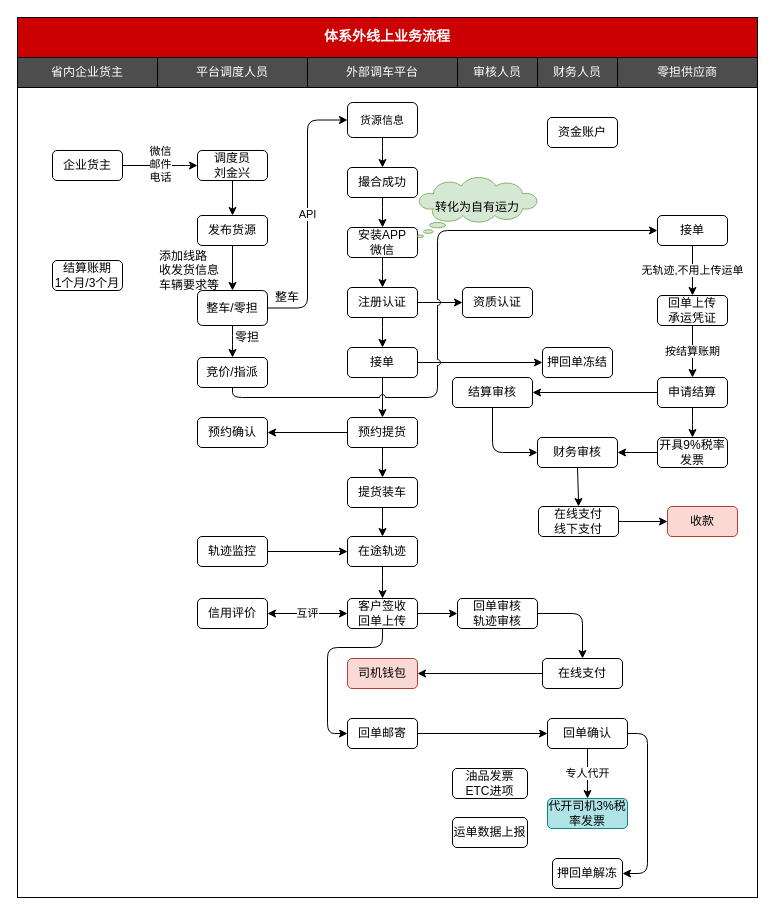
Above: 体系外线上业务流程.drawio in chenyibang/rdpwrap (draw.io), before the change. Source tidied: cells renumbered, new cells numbered last; positions are measured from the earlier drawing's top-left corner, leaving out a move shared by most shapes. Both pictures are drawn from the tidied source at 100%, with x=0, y=0 at pixel (17, 17).
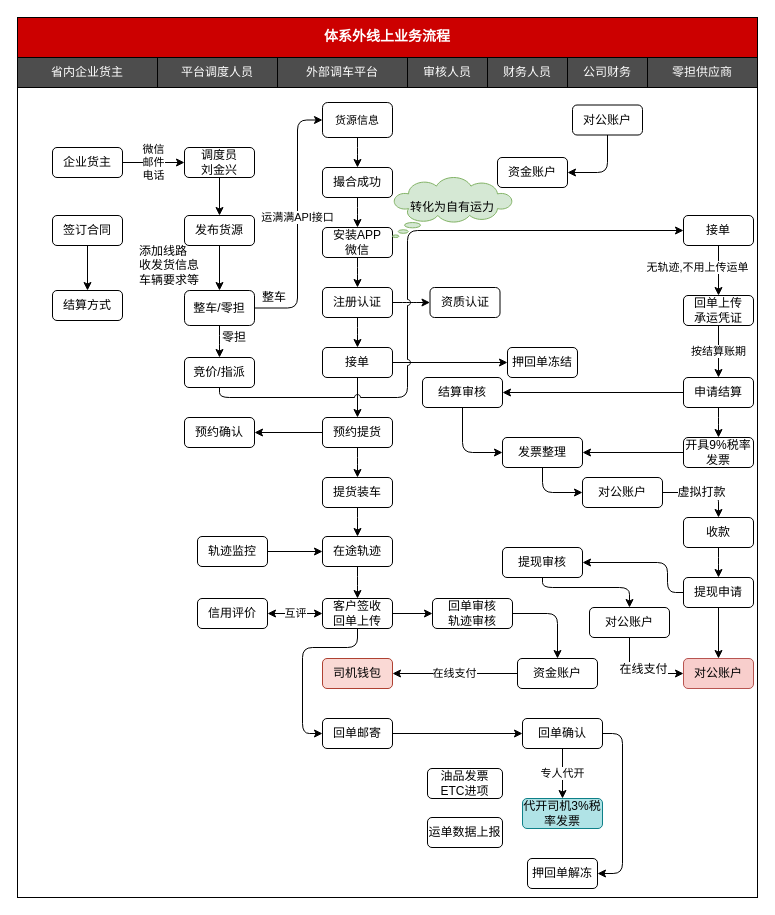
Above is the later version.

Commit message:
更新体系外线上业务流程.drawio

The edit, as a diff of the source:
```diff
@@
     <mxCell id="3" value="平台调度人员" style="rounded=0;whiteSpace=wrap;html=1;fillColor=#4D4D4D;fontColor=#FFFFFF;" parent="1" vertex="1">
-      <mxGeometry x="140" y="40" width="150" height="30" as="geometry" />
+      <mxGeometry x="140" y="40" width="120" height="30" as="geometry" />
     </mxCell>
     <mxCell id="4" value="&lt;span style=&quot;white-space: normal&quot;&gt;外部调车平台&lt;/span&gt;" style="rounded=0;whiteSpace=wrap;html=1;fillColor=#4D4D4D;fontColor=#FFFFFF;" parent="1" vertex="1">
-      <mxGeometry x="290" y="40" width="150" height="30" as="geometry" />
+      <mxGeometry x="260" y="40" width="130" height="30" as="geometry" />
     </mxCell>
     <mxCell id="5" value="审核人员" style="rounded=0;whiteSpace=wrap;html=1;fillColor=#4D4D4D;fontColor=#FFFFFF;" parent="1" vertex="1">
-      <mxGeometry x="440" y="40" width="80" height="30" as="geometry" />
+      <mxGeometry x="390" y="40" width="80" height="30" as="geometry" />
     </mxCell>
@@
+    <mxCell id="12" value="微信&lt;br&gt;邮件&lt;br&gt;电话" style="edgeStyle=orthogonalEdgeStyle;rounded=1;jumpStyle=arc;jettySize=auto;html=1;entryX=0;entryY=0.5;entryDx=0;entryDy=0;startArrow=none;startFill=0;endArrow=classic;endFill=1;" parent="1" edge="1" source="7" target="10">
+      <mxGeometry relative="1" as="geometry" />
+    </mxCell>
     <mxCell id="7" value="企业货主" style="rounded=1;whiteSpace=wrap;html=1;" parent="1" vertex="1">
-      <mxGeometry x="35" y="133" width="70" height="30" as="geometry" />
+      <mxGeometry x="35" y="130" width="70" height="30" as="geometry" />
     </mxCell>
@@
     <mxCell id="10" value="调度员&lt;br&gt;刘金兴" style="rounded=1;whiteSpace=wrap;html=1;" parent="1" vertex="1">
-      <mxGeometry x="180" y="133" width="70" height="30" as="geometry" />
+      <mxGeometry x="167" y="130" width="70" height="30" as="geometry" />
     </mxCell>
     <mxCell id="11" value="零担供应商" style="rounded=0;whiteSpace=wrap;html=1;fillColor=#4D4D4D;fontColor=#FFFFFF;" parent="1" vertex="1">
-      <mxGeometry x="600" y="40" width="140" height="30" as="geometry" />
+      <mxGeometry x="630" y="40" width="110" height="30" as="geometry" />
     </mxCell>
-    <mxCell id="12" value="微信&lt;br&gt;邮件&lt;br&gt;电话" style="edgeStyle=orthogonalEdgeStyle;rounded=1;jettySize=auto;html=1;strokeWidth=1;fontFamily=Courier New;fontColor=#000000;entryX=0;entryY=0.5;entryDx=0;entryDy=0;exitX=1;exitY=0.5;exitDx=0;exitDy=0;strokeColor=#000000;" parent="1" edge="1" source="7" target="10">
-      <mxGeometry relative="1" as="geometry">
-        <Array as="points">
-          <mxPoint x="170" y="148" />
-          <mxPoint x="170" y="148" />
-        </Array>
-      </mxGeometry>
-    </mxCell>
@@
-    <mxCell id="14" style="edgeStyle=orthogonalEdgeStyle;rounded=1;jumpStyle=arc;jettySize=auto;html=1;entryX=1;entryY=0.5;entryDx=0;entryDy=0;" parent="1" edge="1" source="16" target="18">
+    <mxCell id="14" style="edgeStyle=orthogonalEdgeStyle;rounded=1;jumpStyle=arc;jettySize=auto;html=1;entryX=1;entryY=0.5;entryDx=0;entryDy=0;exitX=0;exitY=0.5;exitDx=0;exitDy=0;" parent="1" edge="1" source="16" target="18">
       <mxGeometry relative="1" as="geometry" />
     </mxCell>
@@
     <mxCell id="16" value="申请结算" style="rounded=1;whiteSpace=wrap;html=1;" parent="1" vertex="1">
-      <mxGeometry x="640" y="360" width="70" height="30" as="geometry" />
+      <mxGeometry x="666" y="360" width="70" height="30" as="geometry" />
     </mxCell>
@@
     <mxCell id="18" value="结算审核" style="rounded=1;whiteSpace=wrap;html=1;" parent="1" vertex="1">
-      <mxGeometry x="435" y="360" width="80" height="30" as="geometry" />
+      <mxGeometry x="405" y="360" width="80" height="30" as="geometry" />
     </mxCell>
+    <mxCell id="86" style="edgeStyle=orthogonalEdgeStyle;rounded=1;jumpStyle=arc;jettySize=auto;html=1;entryX=0.5;entryY=0;entryDx=0;entryDy=0;startArrow=none;startFill=0;endArrow=classic;endFill=1;" parent="1" edge="1" source="19" target="93">
+      <mxGeometry relative="1" as="geometry" />
+    </mxCell>
-    <mxCell id="19" value="结算账期&lt;br&gt;1个月/3个月" style="rounded=1;whiteSpace=wrap;html=1;" parent="1" vertex="1">
-      <mxGeometry x="35" y="243" width="70" height="30" as="geometry" />
+    <mxCell id="19" value="签订合同" style="rounded=1;whiteSpace=wrap;html=1;" parent="1" vertex="1">
+      <mxGeometry x="35" y="198" width="70" height="30" as="geometry" />
     </mxCell>
@@
     <mxCell id="21" value="撮合成功" style="rounded=1;whiteSpace=wrap;html=1;" parent="1" vertex="1">
-      <mxGeometry x="330" y="150" width="70" height="30" as="geometry" />
+      <mxGeometry x="305" y="150" width="70" height="30" as="geometry" />
     </mxCell>
@@
     <mxCell id="24" value="注册认证" style="rounded=1;whiteSpace=wrap;html=1;" parent="1" vertex="1">
-      <mxGeometry x="330" y="270" width="70" height="30" as="geometry" />
+      <mxGeometry x="305" y="270" width="70" height="30" as="geometry" />
     </mxCell>
@@
     <mxCell id="26" style="edgeStyle=orthogonalEdgeStyle;rounded=1;jumpStyle=arc;jettySize=auto;html=1;entryX=0;entryY=0.5;entryDx=0;entryDy=0;startArrow=none;startFill=0;" parent="1" edge="1" source="27" target="38">
       <mxGeometry relative="1" as="geometry">
         <Array as="points">
-          <mxPoint x="365" y="630" />
-          <mxPoint x="310" y="630" />
-          <mxPoint x="310" y="716" />
+          <mxPoint x="340" y="630" />
+          <mxPoint x="285" y="630" />
+          <mxPoint x="285" y="716" />
         </Array>
       </mxGeometry>
     </mxCell>
     <mxCell id="27" value="客户签收&lt;br&gt;回单上传" style="rounded=1;whiteSpace=wrap;html=1;" parent="1" vertex="1">
-      <mxGeometry x="330" y="581" width="70" height="30" as="geometry" />
+      <mxGeometry x="305" y="581" width="70" height="30" as="geometry" />
     </mxCell>
+    <mxCell id="87" style="edgeStyle=orthogonalEdgeStyle;rounded=1;jumpStyle=arc;jettySize=auto;html=1;startArrow=none;startFill=0;endArrow=classic;endFill=1;" parent="1" edge="1" source="28" target="90">
+      <mxGeometry relative="1" as="geometry" />
+    </mxCell>
-    <mxCell id="28" value="收款" style="rounded=1;whiteSpace=wrap;html=1;fillColor=#fad9d5;strokeColor=#ae4132;" parent="1" vertex="1">
-      <mxGeometry x="650" y="489" width="70" height="30" as="geometry" />
+    <mxCell id="28" value="收款" style="rounded=1;whiteSpace=wrap;html=1;" parent="1" vertex="1">
+      <mxGeometry x="666" y="500" width="70" height="30" as="geometry" />
     </mxCell>
+    <mxCell id="88" style="edgeStyle=orthogonalEdgeStyle;rounded=1;jumpStyle=arc;jettySize=auto;html=1;entryX=1;entryY=0.5;entryDx=0;entryDy=0;startArrow=none;startFill=0;endArrow=classic;endFill=1;" parent="1" edge="1" source="90" target="98">
+      <mxGeometry relative="1" as="geometry">
+        <Array as="points">
+          <mxPoint x="650" y="575" />
+          <mxPoint x="650" y="545" />
+        </Array>
+      </mxGeometry>
+    </mxCell>
+    <mxCell id="89" style="edgeStyle=orthogonalEdgeStyle;rounded=1;jumpStyle=arc;jettySize=auto;html=1;startArrow=none;startFill=0;endArrow=classic;endFill=1;" parent="1" edge="1" source="90" target="91">
+      <mxGeometry relative="1" as="geometry" />
+    </mxCell>
+    <mxCell id="90" value="提现申请" style="rounded=1;whiteSpace=wrap;html=1;" parent="1" vertex="1">
+      <mxGeometry x="666" y="560" width="70" height="30" as="geometry" />
+    </mxCell>
+    <mxCell id="91" value="对公账户" style="rounded=1;whiteSpace=wrap;html=1;fillColor=#f8cecc;strokeColor=#b85450;" parent="1" vertex="1">
+      <mxGeometry x="666" y="641" width="70" height="30" as="geometry" />
+    </mxCell>
-    <mxCell id="29" style="edgeStyle=orthogonalEdgeStyle;rounded=1;jumpStyle=arc;jettySize=auto;html=1;" parent="1" edge="1" source="30" target="80">
+    <mxCell id="29" style="edgeStyle=orthogonalEdgeStyle;rounded=1;jumpStyle=arc;jettySize=auto;html=1;exitX=0.5;exitY=1;exitDx=0;exitDy=0;entryX=0;entryY=0.5;entryDx=0;entryDy=0;" parent="1" edge="1" source="30" target="80">
       <mxGeometry relative="1" as="geometry" />
     </mxCell>
-    <mxCell id="30" value="财务审核" style="rounded=1;whiteSpace=wrap;html=1;" parent="1" vertex="1">
-      <mxGeometry x="520" y="420" width="80" height="30" as="geometry" />
+    <mxCell id="30" value="发票整理" style="rounded=1;whiteSpace=wrap;html=1;" parent="1" vertex="1">
+      <mxGeometry x="485" y="420" width="80" height="30" as="geometry" />
     </mxCell>
-    <mxCell id="31" value="API" style="edgeStyle=orthogonalEdgeStyle;rounded=1;jettySize=auto;html=1;entryX=0;entryY=0.5;entryDx=0;entryDy=0;exitX=1;exitY=0.5;exitDx=0;exitDy=0;" parent="1" edge="1" source="33" target="46">
-      <mxGeometry relative="1" as="geometry">
+    <mxCell id="31" value="运满满API接口" style="edgeStyle=orthogonalEdgeStyle;rounded=1;jettySize=auto;html=1;entryX=0;entryY=0.5;entryDx=0;entryDy=0;exitX=1;exitY=0.5;exitDx=0;exitDy=0;" parent="1" edge="1" source="33" target="46">
+      <mxGeometry x="0.05" relative="1" as="geometry">
         <Array as="points">
-          <mxPoint x="290" y="290" />
-          <mxPoint x="290" y="103" />
+          <mxPoint x="237" y="290" />
+          <mxPoint x="280" y="290" />
+          <mxPoint x="280" y="103" />
         </Array>
       </mxGeometry>
     </mxCell>
@@
     <mxCell id="33" value="整车/零担" style="rounded=1;whiteSpace=wrap;html=1;" parent="1" vertex="1">
-      <mxGeometry x="180" y="273" width="70" height="35" as="geometry" />
+      <mxGeometry x="167" y="273" width="70" height="35" as="geometry" />
     </mxCell>
@@
     <mxCell id="35" value="回单审核&lt;br&gt;轨迹审核" style="rounded=1;whiteSpace=wrap;html=1;" parent="1" vertex="1">
-      <mxGeometry x="440" y="581" width="80" height="30" as="geometry" />
+      <mxGeometry x="415" y="581" width="80" height="30" as="geometry" />
     </mxCell>
     <mxCell id="36" value="司机钱包" style="rounded=1;whiteSpace=wrap;html=1;fillColor=#fad9d5;strokeColor=#ae4132;" parent="1" vertex="1">
-      <mxGeometry x="330" y="641" width="70" height="30" as="geometry" />
+      <mxGeometry x="305" y="641" width="70" height="30" as="geometry" />
     </mxCell>
@@
     <mxCell id="38" value="回单邮寄" style="rounded=1;whiteSpace=wrap;html=1;" parent="1" vertex="1">
-      <mxGeometry x="330" y="701" width="70" height="30" as="geometry" />
+      <mxGeometry x="305" y="701" width="70" height="30" as="geometry" />
     </mxCell>
@@
     <mxCell id="40" style="edgeStyle=orthogonalEdgeStyle;rounded=1;jettySize=auto;html=1;entryX=1;entryY=0.5;entryDx=0;entryDy=0;" parent="1" edge="1" source="41" target="66">
       <mxGeometry relative="1" as="geometry">
         <Array as="points">
-          <mxPoint x="630" y="716" />
-          <mxPoint x="630" y="856" />
+          <mxPoint x="605" y="716" />
+          <mxPoint x="605" y="856" />
         </Array>
       </mxGeometry>
     </mxCell>
     <mxCell id="41" value="回单确认" style="rounded=1;whiteSpace=wrap;html=1;" parent="1" vertex="1">
-      <mxGeometry x="530" y="701" width="80" height="30" as="geometry" />
+      <mxGeometry x="505" y="701" width="80" height="30" as="geometry" />
     </mxCell>
     <mxCell id="42" value="代开司机3%税率发票" style="rounded=1;whiteSpace=wrap;html=1;fillColor=#b0e3e6;strokeColor=#0e8088;" parent="1" vertex="1">
-      <mxGeometry x="530" y="781" width="80" height="30" as="geometry" />
+      <mxGeometry x="505" y="781" width="80" height="30" as="geometry" />
     </mxCell>
@@
     <mxCell id="44" value="发布货源" style="rounded=1;whiteSpace=wrap;html=1;" parent="1" vertex="1">
-      <mxGeometry x="180" y="198" width="70" height="30" as="geometry" />
+      <mxGeometry x="167" y="198" width="70" height="30" as="geometry" />
     </mxCell>
@@
     <mxCell id="46" value="&lt;font face=&quot;courier new&quot;&gt;&lt;span style=&quot;font-size: 11px ; background-color: rgb(255 , 255 , 255)&quot;&gt;货源信息&lt;/span&gt;&lt;/font&gt;" style="rounded=1;whiteSpace=wrap;html=1;" parent="1" vertex="1">
-      <mxGeometry x="330" y="85" width="70" height="35" as="geometry" />
+      <mxGeometry x="305" y="85" width="70" height="35" as="geometry" />
     </mxCell>
     <mxCell id="47" value="整车" style="text;html=1;strokeColor=none;fillColor=none;align=center;verticalAlign=middle;whiteSpace=wrap;rounded=0;" parent="1" vertex="1">
-      <mxGeometry x="250" y="270" width="40" height="20" as="geometry" />
+      <mxGeometry x="237" y="270" width="40" height="20" as="geometry" />
     </mxCell>
@@
     <mxCell id="49" value="安装APP&lt;br&gt;微信" style="rounded=1;whiteSpace=wrap;html=1;" parent="1" vertex="1">
-      <mxGeometry x="330" y="210" width="70" height="30" as="geometry" />
+      <mxGeometry x="305" y="210" width="70" height="30" as="geometry" />
     </mxCell>
     <mxCell id="50" value="资质认证" style="rounded=1;whiteSpace=wrap;html=1;" parent="1" vertex="1">
-      <mxGeometry x="445" y="270" width="70" height="30" as="geometry" />
+      <mxGeometry x="412.5" y="270" width="70" height="30" as="geometry" />
     </mxCell>
@@
     <mxCell id="53" value="接单" style="rounded=1;whiteSpace=wrap;html=1;" parent="1" vertex="1">
-      <mxGeometry x="330" y="330" width="70" height="30" as="geometry" />
+      <mxGeometry x="305" y="330" width="70" height="30" as="geometry" />
     </mxCell>
@@
     <mxCell id="56" value="预约提货" style="rounded=1;whiteSpace=wrap;html=1;" parent="1" vertex="1">
-      <mxGeometry x="330" y="400" width="70" height="30" as="geometry" />
+      <mxGeometry x="305" y="400" width="70" height="30" as="geometry" />
     </mxCell>
     <mxCell id="57" value="预约确认" style="rounded=1;whiteSpace=wrap;html=1;" parent="1" vertex="1">
-      <mxGeometry x="180" y="400" width="70" height="30" as="geometry" />
+      <mxGeometry x="167" y="400" width="70" height="30" as="geometry" />
     </mxCell>
     <mxCell id="58" value="押回单冻结" style="rounded=1;whiteSpace=wrap;html=1;" parent="1" vertex="1">
-      <mxGeometry x="525" y="330" width="70" height="30" as="geometry" />
+      <mxGeometry x="490" y="330" width="70" height="30" as="geometry" />
     </mxCell>
@@
     <mxCell id="60" value="提货装车" style="rounded=1;whiteSpace=wrap;html=1;" parent="1" vertex="1">
-      <mxGeometry x="330" y="460" width="70" height="30" as="geometry" />
+      <mxGeometry x="305" y="460" width="70" height="30" as="geometry" />
     </mxCell>
@@
     <mxCell id="62" value="在途轨迹" style="rounded=1;whiteSpace=wrap;html=1;" parent="1" vertex="1">
-      <mxGeometry x="330" y="519" width="70" height="30" as="geometry" />
+      <mxGeometry x="305" y="519" width="70" height="30" as="geometry" />
     </mxCell>
     <mxCell id="63" value="资金账户" style="rounded=1;whiteSpace=wrap;html=1;" parent="1" vertex="1">
-      <mxGeometry x="530" y="100" width="70" height="30" as="geometry" />
+      <mxGeometry x="480" y="140" width="70" height="30" as="geometry" />
     </mxCell>
-    <mxCell id="64" style="edgeStyle=orthogonalEdgeStyle;rounded=1;jettySize=auto;html=1;" parent="1" edge="1" source="65" target="36">
+    <mxCell id="64" value="在线支付" style="edgeStyle=orthogonalEdgeStyle;rounded=1;jettySize=auto;html=1;" parent="1" edge="1" source="65" target="36">
       <mxGeometry relative="1" as="geometry" />
     </mxCell>
-    <mxCell id="65" value="在线支付" style="rounded=1;whiteSpace=wrap;html=1;" parent="1" vertex="1">
-      <mxGeometry x="525" y="641" width="80" height="30" as="geometry" />
+    <mxCell id="65" value="资金账户" style="rounded=1;whiteSpace=wrap;html=1;" parent="1" vertex="1">
+      <mxGeometry x="500" y="641" width="80" height="30" as="geometry" />
     </mxCell>
     <mxCell id="66" value="押回单解冻" style="rounded=1;whiteSpace=wrap;html=1;" parent="1" vertex="1">
-      <mxGeometry x="535" y="841" width="70" height="30" as="geometry" />
+      <mxGeometry x="510" y="841" width="70" height="30" as="geometry" />
     </mxCell>
     <mxCell id="67" value="添加线路&lt;br&gt;收发货信息&lt;br&gt;车辆要求等" style="text;html=1;" parent="1" vertex="1">
-      <mxGeometry x="140" y="225" width="60" height="30" as="geometry" />
+      <mxGeometry x="120" y="220" width="60" height="30" as="geometry" />
     </mxCell>
     <mxCell id="68" value="回单上传&lt;br&gt;承运凭证" style="rounded=1;whiteSpace=wrap;html=1;" parent="1" vertex="1">
-      <mxGeometry x="640" y="278" width="70" height="30" as="geometry" />
+      <mxGeometry x="666" y="278" width="70" height="30" as="geometry" />
     </mxCell>
     <mxCell id="69" value="无轨迹,不用上传运单" style="edgeStyle=orthogonalEdgeStyle;rounded=1;jettySize=auto;html=1;entryX=0.5;entryY=0;entryDx=0;entryDy=0;" parent="1" edge="1" source="70" target="68">
-      <mxGeometry relative="1" as="geometry" />
+      <mxGeometry x="-0.12" y="-21" relative="1" as="geometry" />
     </mxCell>
     <mxCell id="70" value="接单" style="rounded=1;whiteSpace=wrap;html=1;" parent="1" vertex="1">
-      <mxGeometry x="640" y="198" width="70" height="30" as="geometry" />
+      <mxGeometry x="666" y="198" width="70" height="30" as="geometry" />
     </mxCell>
     <mxCell id="71" value="零担" style="text;html=1;strokeColor=none;fillColor=none;align=center;verticalAlign=middle;whiteSpace=wrap;rounded=0;" parent="1" vertex="1">
-      <mxGeometry x="210" y="310" width="40" height="20" as="geometry" />
+      <mxGeometry x="197" y="310" width="40" height="20" as="geometry" />
     </mxCell>
     <mxCell id="72" value="财务人员" style="rounded=0;whiteSpace=wrap;html=1;fillColor=#4D4D4D;fontColor=#FFFFFF;" parent="1" vertex="1">
-      <mxGeometry x="520" y="40" width="80" height="30" as="geometry" />
+      <mxGeometry x="470" y="40" width="80" height="30" as="geometry" />
     </mxCell>
     <mxCell id="73" style="edgeStyle=orthogonalEdgeStyle;rounded=1;jumpStyle=arc;jettySize=auto;html=1;entryX=0;entryY=0.5;entryDx=0;entryDy=0;startArrow=none;startFill=0;exitX=0.5;exitY=1;exitDx=0;exitDy=0;" parent="1" edge="1" source="74" target="70">
       <mxGeometry relative="1" as="geometry">
         <Array as="points">
-          <mxPoint x="215" y="380" />
-          <mxPoint x="420" y="380" />
-          <mxPoint x="420" y="213" />
+          <mxPoint x="202" y="380" />
+          <mxPoint x="390" y="380" />
+          <mxPoint x="390" y="213" />
         </Array>
       </mxGeometry>
     </mxCell>
     <mxCell id="74" value="竞价/指派" style="rounded=1;whiteSpace=wrap;html=1;" parent="1" vertex="1">
-      <mxGeometry x="180" y="340" width="70" height="30" as="geometry" />
+      <mxGeometry x="167" y="340" width="70" height="30" as="geometry" />
     </mxCell>
@@
     <mxCell id="78" value="开具9%税率发票" style="rounded=1;whiteSpace=wrap;html=1;" parent="1" vertex="1">
-      <mxGeometry x="640" y="420" width="70" height="30" as="geometry" />
+      <mxGeometry x="666" y="420" width="70" height="30" as="geometry" />
     </mxCell>
-    <mxCell id="79" style="edgeStyle=orthogonalEdgeStyle;rounded=1;jumpStyle=arc;jettySize=auto;html=1;" parent="1" edge="1" source="80" target="28">
+    <mxCell id="79" style="edgeStyle=orthogonalEdgeStyle;rounded=1;jumpStyle=arc;jettySize=auto;html=1;exitX=1;exitY=0.5;exitDx=0;exitDy=0;" parent="1" edge="1" source="80" target="28">
       <mxGeometry relative="1" as="geometry" />
     </mxCell>
+    <mxCell id="92" value="虚拟打款" style="text;html=1;align=center;verticalAlign=middle;labelBackgroundColor=#ffffff;" parent="79" vertex="1">
+      <mxGeometry x="-0.05" y="1" relative="1" as="geometry" />
+    </mxCell>
-    <mxCell id="80" value="在线支付&lt;br&gt;线下支付" style="rounded=1;whiteSpace=wrap;html=1;" parent="1" vertex="1">
-      <mxGeometry x="521" y="489" width="80" height="30" as="geometry" />
+    <mxCell id="80" value="对公账户" style="rounded=1;whiteSpace=wrap;html=1;" parent="1" vertex="1">
+      <mxGeometry x="565" y="460" width="80" height="30" as="geometry" />
     </mxCell>
@@
     <mxCell id="83" value="转化为自有运力" style="whiteSpace=wrap;html=1;shape=mxgraph.basic.cloud_callout;fillColor=#d5e8d4;strokeColor=#82b366;" parent="1" vertex="1">
-      <mxGeometry x="400" y="160" width="120" height="60" as="geometry" />
+      <mxGeometry x="375" y="160" width="120" height="60" as="geometry" />
     </mxCell>
     <mxCell id="84" value="油品发票&lt;br&gt;ETC进项" style="rounded=1;whiteSpace=wrap;html=1;" parent="1" vertex="1">
-      <mxGeometry x="435" y="751" width="75" height="30" as="geometry" />
+      <mxGeometry x="410" y="751" width="75" height="30" as="geometry" />
     </mxCell>
     <mxCell id="85" value="运单数据上报" style="rounded=1;whiteSpace=wrap;html=1;" parent="1" vertex="1">
-      <mxGeometry x="435" y="800" width="75" height="30" as="geometry" />
+      <mxGeometry x="410" y="800" width="75" height="30" as="geometry" />
     </mxCell>
+    <mxCell id="93" value="结算方式" style="rounded=1;whiteSpace=wrap;html=1;" parent="1" vertex="1">
+      <mxGeometry x="35" y="273" width="70" height="30" as="geometry" />
+    </mxCell>
+    <mxCell id="94" value="公司财务" style="rounded=0;whiteSpace=wrap;html=1;fillColor=#4D4D4D;fontColor=#FFFFFF;" parent="1" vertex="1">
+      <mxGeometry x="550" y="40" width="80" height="30" as="geometry" />
+    </mxCell>
+    <mxCell id="95" style="edgeStyle=orthogonalEdgeStyle;rounded=1;jumpStyle=arc;jettySize=auto;html=1;entryX=1;entryY=0.5;entryDx=0;entryDy=0;startArrow=none;startFill=0;endArrow=classic;endFill=1;exitX=0.5;exitY=1;exitDx=0;exitDy=0;" parent="1" edge="1" source="96" target="63">
+      <mxGeometry relative="1" as="geometry" />
+    </mxCell>
+    <mxCell id="96" value="对公账户" style="rounded=1;whiteSpace=wrap;html=1;" parent="1" vertex="1">
+      <mxGeometry x="555" y="87.5" width="70" height="30" as="geometry" />
+    </mxCell>
+    <mxCell id="97" style="edgeStyle=orthogonalEdgeStyle;rounded=1;jumpStyle=arc;jettySize=auto;html=1;startArrow=none;startFill=0;endArrow=classic;endFill=1;exitX=0.5;exitY=1;exitDx=0;exitDy=0;" parent="1" edge="1" source="98" target="101">
+      <mxGeometry relative="1" as="geometry">
+        <Array as="points">
+          <mxPoint x="525" y="570" />
+          <mxPoint x="612" y="570" />
+        </Array>
+      </mxGeometry>
+    </mxCell>
+    <mxCell id="98" value="提现审核" style="rounded=1;whiteSpace=wrap;html=1;" parent="1" vertex="1">
+      <mxGeometry x="485" y="530" width="80" height="30" as="geometry" />
+    </mxCell>
+    <mxCell id="99" style="edgeStyle=orthogonalEdgeStyle;rounded=1;jumpStyle=arc;jettySize=auto;html=1;entryX=0;entryY=0.5;entryDx=0;entryDy=0;startArrow=none;startFill=0;endArrow=classic;endFill=1;exitX=0.5;exitY=1;exitDx=0;exitDy=0;" parent="1" edge="1" source="101" target="91">
+      <mxGeometry relative="1" as="geometry" />
+    </mxCell>
+    <mxCell id="100" value="在线支付" style="text;html=1;align=center;verticalAlign=middle;labelBackgroundColor=#ffffff;" parent="99" vertex="1">
+      <mxGeometry x="-0.31" y="13" relative="1" as="geometry" />
+    </mxCell>
+    <mxCell id="101" value="对公账户" style="rounded=1;whiteSpace=wrap;html=1;" parent="1" vertex="1">
+      <mxGeometry x="572" y="590" width="80" height="30" as="geometry" />
+    </mxCell>
```
